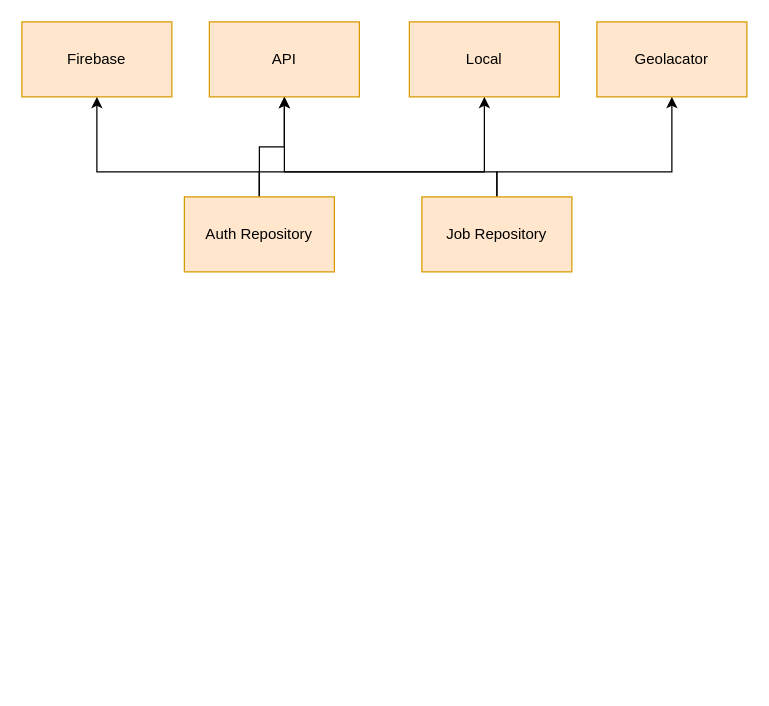
Above: cargosharedriver_architecture.drawio in godofsleepy/diagram (draw.io), before the change. Source tidied: cells renumbered, new cells numbered last; positions are measured from the earlier drawing's top-left corner, leaving out a move shared by most shapes. Both pictures are drawn from the tidied source at 125%, with x=0, y=0 at pixel (21, 21).
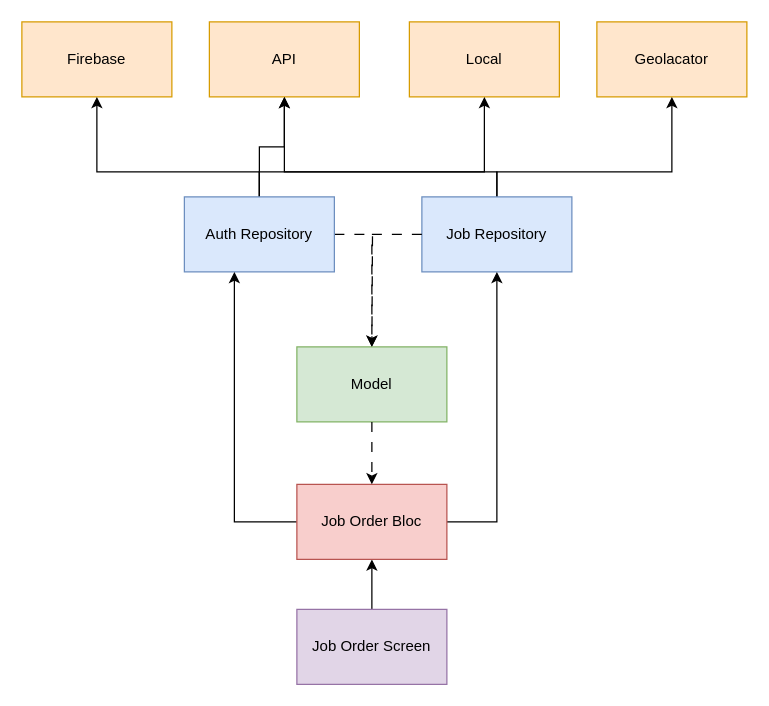
Above is the later version.

The edit, as a diff of the source:
```diff
@@
+    <mxCell id="13" style="group;" parent="1" vertex="1">
+      <mxGeometry width="580" height="530" as="geometry" />
+    </mxCell>
-    <mxCell id="2" value="API" style="rounded=0;whiteSpace=wrap;html=1;fillColor=#ffe6cc;strokeColor=#d79b00;" parent="1" vertex="1">
+    <mxCell id="2" value="API" style="rounded=0;whiteSpace=wrap;html=1;fillColor=#ffe6cc;strokeColor=#d79b00;" parent="13" vertex="1">
       <mxGeometry x="150" width="120" height="60" as="geometry" />
     </mxCell>
-    <mxCell id="3" value="Local" style="rounded=0;whiteSpace=wrap;html=1;fillColor=#ffe6cc;strokeColor=#d79b00;" parent="1" vertex="1">
+    <mxCell id="3" value="Local" style="rounded=0;whiteSpace=wrap;html=1;fillColor=#ffe6cc;strokeColor=#d79b00;" parent="13" vertex="1">
       <mxGeometry x="310" width="120" height="60" as="geometry" />
     </mxCell>
-    <mxCell id="4" value="Firebase" style="rounded=0;whiteSpace=wrap;html=1;fillColor=#ffe6cc;strokeColor=#d79b00;" parent="1" vertex="1">
+    <mxCell id="4" value="Firebase" style="rounded=0;whiteSpace=wrap;html=1;fillColor=#ffe6cc;strokeColor=#d79b00;" parent="13" vertex="1">
       <mxGeometry width="120" height="60" as="geometry" />
     </mxCell>
-    <mxCell id="5" value="Geolacator" style="rounded=0;whiteSpace=wrap;html=1;fillColor=#ffe6cc;strokeColor=#d79b00;" parent="1" vertex="1">
+    <mxCell id="5" value="Geolacator" style="rounded=0;whiteSpace=wrap;html=1;fillColor=#ffe6cc;strokeColor=#d79b00;" parent="13" vertex="1">
       <mxGeometry x="460" width="120" height="60" as="geometry" />
     </mxCell>
-    <mxCell id="6" style="edgeStyle=orthogonalEdgeStyle;rounded=0;jettySize=auto;html=1;entryX=0.5;entryY=1;entryDx=0;entryDy=0;" parent="1" edge="1" source="9" target="4">
+    <mxCell id="6" style="edgeStyle=orthogonalEdgeStyle;rounded=0;jettySize=auto;html=1;entryX=0.5;entryY=1;entryDx=0;entryDy=0;" parent="13" edge="1" source="9" target="4">
       <mxGeometry relative="1" as="geometry">
         <Array as="points">
           <mxPoint x="190" y="120" />
           <mxPoint x="60" y="120" />
         </Array>
       </mxGeometry>
     </mxCell>
-    <mxCell id="7" style="edgeStyle=orthogonalEdgeStyle;rounded=0;jettySize=auto;html=1;" parent="1" edge="1" source="9" target="2">
+    <mxCell id="7" style="edgeStyle=orthogonalEdgeStyle;rounded=0;jettySize=auto;html=1;" parent="13" edge="1" source="9" target="2">
       <mxGeometry relative="1" as="geometry" />
     </mxCell>
-    <mxCell id="8" style="edgeStyle=orthogonalEdgeStyle;rounded=0;jettySize=auto;html=1;entryX=0.5;entryY=1;entryDx=0;entryDy=0;" parent="1" edge="1" source="9" target="3">
+    <mxCell id="8" style="edgeStyle=orthogonalEdgeStyle;rounded=0;jettySize=auto;html=1;entryX=0.5;entryY=1;entryDx=0;entryDy=0;" parent="13" edge="1" source="9" target="3">
       <mxGeometry relative="1" as="geometry">
         <Array as="points">
           <mxPoint x="190" y="120" />
           <mxPoint x="370" y="120" />
         </Array>
       </mxGeometry>
     </mxCell>
+    <mxCell id="14" style="edgeStyle=orthogonalEdgeStyle;rounded=0;jettySize=auto;html=1;dashed=1;dashPattern=8 8;" parent="13" edge="1" source="9">
+      <mxGeometry relative="1" as="geometry">
+        <mxPoint x="280" y="260" as="targetPoint" />
+      </mxGeometry>
+    </mxCell>
-    <mxCell id="9" value="Auth Repository" style="rounded=0;whiteSpace=wrap;html=1;fillColor=#ffe6cc;strokeColor=#d79b00;" parent="1" vertex="1">
+    <mxCell id="9" value="Auth Repository" style="rounded=0;whiteSpace=wrap;html=1;fillColor=#dae8fc;strokeColor=#6c8ebf;" parent="13" vertex="1">
       <mxGeometry x="130" y="140" width="120" height="60" as="geometry" />
     </mxCell>
-    <mxCell id="10" style="edgeStyle=orthogonalEdgeStyle;rounded=0;jettySize=auto;html=1;entryX=0.5;entryY=1;entryDx=0;entryDy=0;" parent="1" edge="1" source="12" target="2">
+    <mxCell id="10" style="edgeStyle=orthogonalEdgeStyle;rounded=0;jettySize=auto;html=1;entryX=0.5;entryY=1;entryDx=0;entryDy=0;" parent="13" edge="1" source="12" target="2">
       <mxGeometry relative="1" as="geometry">
         <Array as="points">
           <mxPoint x="380" y="120" />
           <mxPoint x="210" y="120" />
         </Array>
       </mxGeometry>
     </mxCell>
-    <mxCell id="11" style="edgeStyle=orthogonalEdgeStyle;rounded=0;jettySize=auto;html=1;entryX=0.5;entryY=1;entryDx=0;entryDy=0;" parent="1" edge="1" source="12" target="5">
+    <mxCell id="11" style="edgeStyle=orthogonalEdgeStyle;rounded=0;jettySize=auto;html=1;entryX=0.5;entryY=1;entryDx=0;entryDy=0;" parent="13" edge="1" source="12" target="5">
       <mxGeometry relative="1" as="geometry">
         <Array as="points">
           <mxPoint x="380" y="120" />
           <mxPoint x="520" y="120" />
         </Array>
       </mxGeometry>
     </mxCell>
-    <mxCell id="12" value="Job Repository" style="rounded=0;whiteSpace=wrap;html=1;fillColor=#ffe6cc;strokeColor=#d79b00;" parent="1" vertex="1">
+    <mxCell id="12" value="Job Repository" style="rounded=0;whiteSpace=wrap;html=1;fillColor=#dae8fc;strokeColor=#6c8ebf;" parent="13" vertex="1">
       <mxGeometry x="320" y="140" width="120" height="60" as="geometry" />
     </mxCell>
+    <mxCell id="15" value="Model" style="rounded=0;whiteSpace=wrap;html=1;fillColor=#d5e8d4;strokeColor=#82b366;" parent="13" vertex="1">
+      <mxGeometry x="220" y="260" width="120" height="60" as="geometry" />
+    </mxCell>
+    <mxCell id="16" style="edgeStyle=orthogonalEdgeStyle;rounded=0;jettySize=auto;html=1;dashed=1;dashPattern=8 8;" parent="13" edge="1" source="12" target="15">
+      <mxGeometry relative="1" as="geometry">
+        <Array as="points">
+          <mxPoint x="280" y="170" />
+        </Array>
+      </mxGeometry>
+    </mxCell>
+    <mxCell id="17" style="edgeStyle=orthogonalEdgeStyle;rounded=0;jettySize=auto;html=1;entryX=0.5;entryY=1;entryDx=0;entryDy=0;" parent="13" edge="1" source="18">
+      <mxGeometry relative="1" as="geometry">
+        <mxPoint x="280" y="430" as="targetPoint" />
+      </mxGeometry>
+    </mxCell>
+    <mxCell id="18" value="Job Order Screen" style="rounded=0;whiteSpace=wrap;html=1;fillColor=#e1d5e7;strokeColor=#9673a6;" parent="13" vertex="1">
+      <mxGeometry x="220" y="470" width="120" height="60" as="geometry" />
+    </mxCell>
+    <mxCell id="19" style="edgeStyle=orthogonalEdgeStyle;rounded=0;jettySize=auto;html=1;" parent="13" edge="1" source="21" target="9">
+      <mxGeometry relative="1" as="geometry">
+        <Array as="points">
+          <mxPoint x="170" y="400" />
+        </Array>
+      </mxGeometry>
+    </mxCell>
+    <mxCell id="20" style="edgeStyle=orthogonalEdgeStyle;rounded=0;jettySize=auto;html=1;" parent="13" edge="1" source="21" target="12">
+      <mxGeometry relative="1" as="geometry">
+        <Array as="points">
+          <mxPoint x="380" y="400" />
+        </Array>
+      </mxGeometry>
+    </mxCell>
+    <mxCell id="21" value="Job Order Bloc" style="rounded=0;whiteSpace=wrap;html=1;fillColor=#f8cecc;strokeColor=#b85450;" parent="13" vertex="1">
+      <mxGeometry x="220" y="370" width="120" height="60" as="geometry" />
+    </mxCell>
+    <mxCell id="22" style="edgeStyle=orthogonalEdgeStyle;rounded=0;jettySize=auto;html=1;dashed=1;dashPattern=8 8;" parent="13" edge="1" source="15" target="21">
+      <mxGeometry relative="1" as="geometry" />
+    </mxCell>
```
